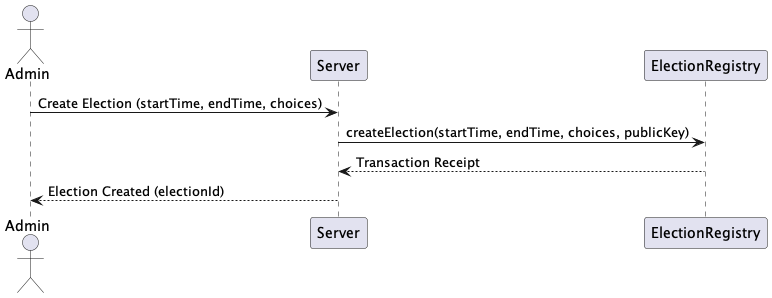
This is out/documentation/plantuml/election-registration/election-registration.png from winston-lim/blockchain-voting, a PlantUML export, as it was before one commit.
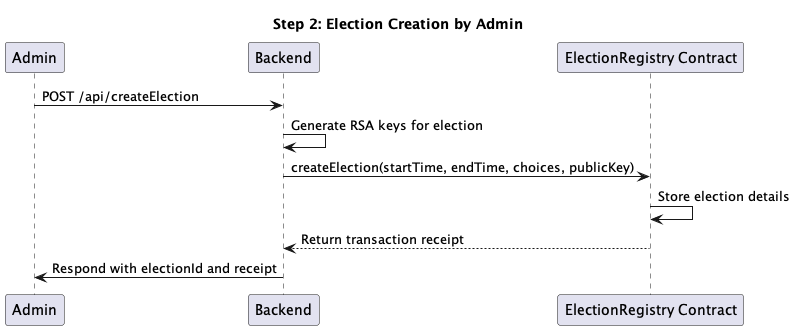
After the change.

The edit, as a diff of the source:
```diff
@@ -1,10 +1,15 @@
 @startuml
-actor Admin
-participant Server
-participant ElectionRegistry
+title Step 2: Election Creation by Admin
 
-Admin -> Server: Create Election (startTime, endTime, choices)
-Server -> ElectionRegistry: createElection(startTime, endTime, choices, publicKey)
-ElectionRegistry --> Server: Transaction Receipt
-Server --> Admin: Election Created (electionId)
+participant Admin
+participant Backend
+participant "ElectionRegistry Contract" as ElectionRegistry
+
+Admin -> Backend: POST /api/createElection
+Backend -> Backend: Generate RSA keys for election
+Backend -> ElectionRegistry: createElection(startTime, endTime, choices, publicKey)
+ElectionRegistry -> ElectionRegistry: Store election details
+ElectionRegistry --> Backend: Return transaction receipt
+Backend -> Admin: Respond with electionId and receipt
+
 @enduml
```
